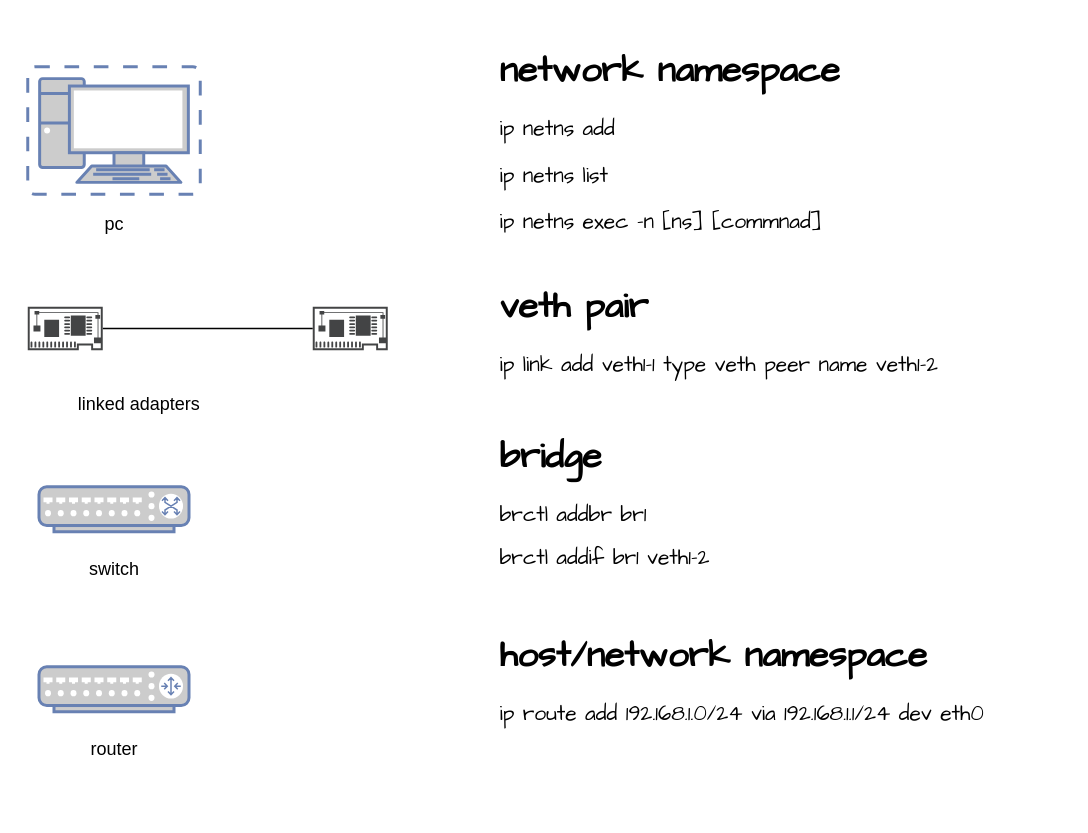
garryfan2013/network_trainning keeps this draw.io diagram as page "exp_intro" (8 of 15) of network_trainning.drawio. Above is the earlier version. Source tidied: cells renumbered, new cells numbered last; positions are measured from the earlier drawing's top-left corner, leaving out a move shared by most shapes. Both pictures are drawn from the tidied source at 150%, with x=0, y=0 at pixel (27, 39).
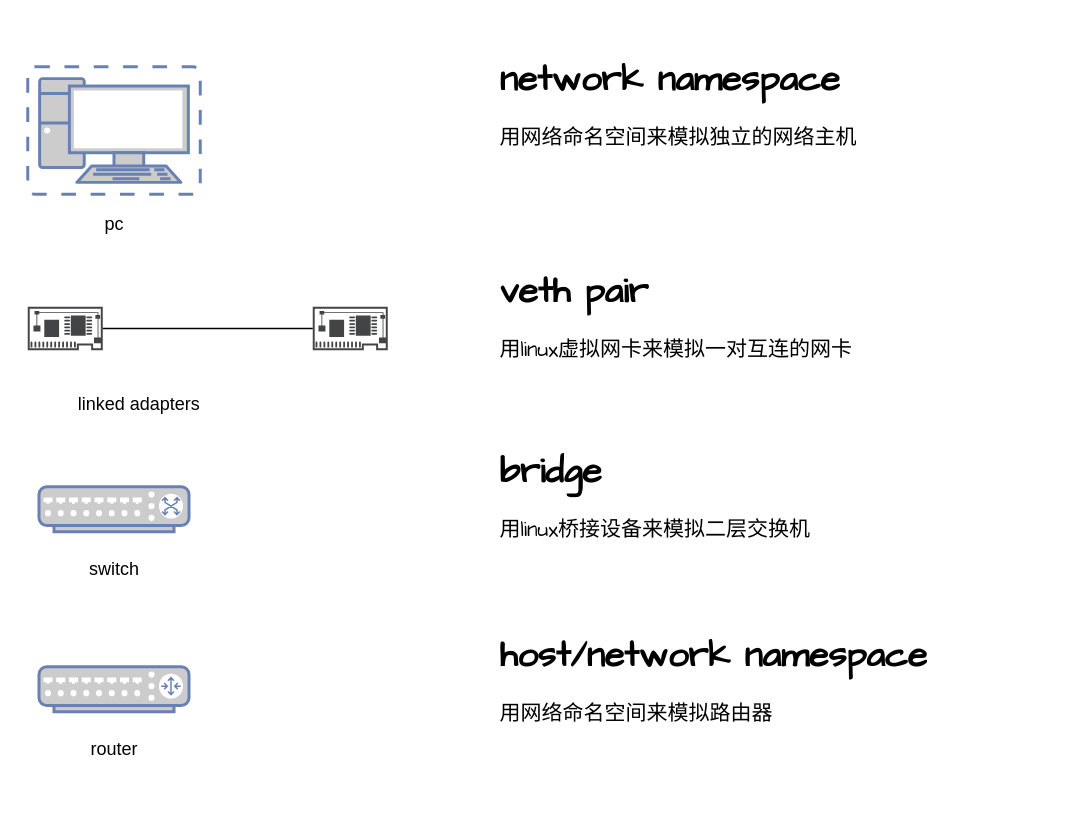
Above is the later version.

What changed in the source:
```diff
@@
 <mxGraphModel>
   <root>
     <mxCell id="0" />
     <mxCell id="1" parent="0" />
     <mxCell id="2" style="edgeStyle=orthogonalEdgeStyle;curved=1;rounded=0;jettySize=auto;html=1;endArrow=none;endFill=0;elbow=vertical;" parent="1" edge="1" source="3" target="4">
       <mxGeometry relative="1" as="geometry" />
     </mxCell>
     <mxCell id="3" style="sketch=0;shadow=0;dashed=0;html=1;strokeColor=none;fillColor=#434445;labelPosition=center;verticalLabelPosition=bottom;verticalAlign=top;align=center;outlineConnect=0;shape=mxgraph.vvd.physical_network_adapter;" parent="1" vertex="1">
       <mxGeometry y="178" width="50" height="29" as="geometry" />
     </mxCell>
     <mxCell id="4" style="sketch=0;shadow=0;dashed=0;html=1;strokeColor=none;fillColor=#434445;labelPosition=center;verticalLabelPosition=bottom;verticalAlign=top;align=center;outlineConnect=0;shape=mxgraph.vvd.physical_network_adapter;" parent="1" vertex="1">
       <mxGeometry x="190" y="178" width="50" height="29" as="geometry" />
     </mxCell>
     <mxCell id="5" style="fontColor=#0066CC;verticalAlign=top;verticalLabelPosition=bottom;labelPosition=center;align=center;html=1;fillColor=#CCCCCC;strokeColor=#6881B3;gradientColor=none;gradientDirection=north;strokeWidth=2;shape=mxgraph.networks.router;" parent="1" vertex="1">
       <mxGeometry x="7.5" y="418" width="100" height="30" as="geometry" />
     </mxCell>
     <mxCell id="6" style="fontColor=#0066CC;verticalAlign=top;verticalLabelPosition=bottom;labelPosition=center;align=center;html=1;fillColor=#CCCCCC;strokeColor=#6881B3;gradientColor=none;gradientDirection=north;strokeWidth=2;shape=mxgraph.networks.switch;" parent="1" vertex="1">
       <mxGeometry x="7.5" y="298" width="100" height="30" as="geometry" />
     </mxCell>
     <mxCell id="7" style="fontColor=#0066CC;verticalAlign=top;verticalLabelPosition=bottom;labelPosition=center;align=center;html=1;fillColor=#CCCCCC;strokeColor=#6881B3;gradientColor=none;gradientDirection=north;strokeWidth=2;shape=mxgraph.networks.virtual_pc;" parent="1" vertex="1">
       <mxGeometry y="18" width="115" height="85" as="geometry" />
     </mxCell>
     <mxCell id="8" value="pc" style="text;html=1;strokeColor=none;fillColor=none;align=center;verticalAlign=middle;whiteSpace=wrap;rounded=0;dashed=1;" parent="1" vertex="1">
       <mxGeometry x="27.5" y="108" width="60" height="30" as="geometry" />
     </mxCell>
     <mxCell id="9" value="linked adapters" style="text;html=1;strokeColor=none;fillColor=none;align=center;verticalAlign=middle;whiteSpace=wrap;rounded=0;dashed=1;" parent="1" vertex="1">
       <mxGeometry x="27.5" y="228" width="92.5" height="30" as="geometry" />
     </mxCell>
     <mxCell id="10" value="switch" style="text;html=1;strokeColor=none;fillColor=none;align=center;verticalAlign=middle;whiteSpace=wrap;rounded=0;dashed=1;" parent="1" vertex="1">
       <mxGeometry x="27.5" y="338" width="60" height="30" as="geometry" />
     </mxCell>
     <mxCell id="11" value="router" style="text;html=1;strokeColor=none;fillColor=none;align=center;verticalAlign=middle;whiteSpace=wrap;rounded=0;dashed=1;" parent="1" vertex="1">
       <mxGeometry x="27.5" y="458" width="60" height="30" as="geometry" />
     </mxCell>
-    <mxCell id="12" value="&lt;h1&gt;network namespace&lt;/h1&gt;&lt;p style=&quot;font-size: 14px&quot;&gt;&lt;font style=&quot;font-size: 14px&quot;&gt;ip netns add&lt;/font&gt;&lt;/p&gt;&lt;p style=&quot;font-size: 14px&quot;&gt;&lt;font style=&quot;font-size: 14px&quot;&gt;ip netns list&lt;/font&gt;&lt;/p&gt;&lt;p style=&quot;font-size: 14px&quot;&gt;&lt;font style=&quot;font-size: 14px&quot;&gt;ip netns exec -n [ns] [commnad]&lt;/font&gt;&lt;/p&gt;" style="text;html=1;strokeColor=none;fillColor=none;spacing=5;spacingTop=-20;whiteSpace=wrap;overflow=hidden;rounded=0;fontFamily=Comic Sans MS;" parent="1" vertex="1">
-      <mxGeometry x="310" y="0.5" width="370" height="127.5" as="geometry" />
+    <mxCell id="12" value="&lt;h1&gt;network namespace&lt;/h1&gt;&lt;p style=&quot;font-size: 14px&quot;&gt;用网络命名空间来模拟独立的网络主机&lt;br&gt;&lt;/p&gt;" style="text;html=1;strokeColor=none;fillColor=none;spacing=5;spacingTop=-20;whiteSpace=wrap;overflow=hidden;rounded=0;fontFamily=Comic Sans MS;" parent="1" vertex="1">
+      <mxGeometry x="310" y="6.8" width="370" height="107.5" as="geometry" />
     </mxCell>
-    <mxCell id="13" value="&lt;h1&gt;veth pair&lt;/h1&gt;&lt;p&gt;&lt;font style=&quot;font-size: 14px&quot;&gt;ip link add veth1-1 type veth peer name veth1-2&lt;/font&gt;&lt;/p&gt;" style="text;html=1;strokeColor=none;fillColor=none;spacing=5;spacingTop=-20;whiteSpace=wrap;overflow=hidden;rounded=0;fontFamily=Comic Sans MS;" parent="1" vertex="1">
-      <mxGeometry x="310" y="158" width="370" height="120" as="geometry" />
+    <mxCell id="13" value="&lt;h1&gt;veth pair&lt;/h1&gt;&lt;p&gt;&lt;font style=&quot;font-size: 14px&quot;&gt;用linux虚拟网卡来模拟一对互连的网卡&lt;/font&gt;&lt;br&gt;&lt;/p&gt;" style="text;html=1;strokeColor=none;fillColor=none;spacing=5;spacingTop=-20;whiteSpace=wrap;overflow=hidden;rounded=0;fontFamily=Comic Sans MS;" parent="1" vertex="1">
+      <mxGeometry x="310" y="147.5" width="370" height="90" as="geometry" />
     </mxCell>
-    <mxCell id="14" value="&lt;h1&gt;bridge&lt;/h1&gt;&lt;p&gt;&lt;span style=&quot;font-size: 14px&quot;&gt;brctl&amp;nbsp;addbr br1&lt;/span&gt;&lt;/p&gt;&lt;p&gt;&lt;span style=&quot;font-size: 14px&quot;&gt;brctl addif br1 veth1-2&lt;/span&gt;&lt;/p&gt;" style="text;html=1;strokeColor=none;fillColor=none;spacing=5;spacingTop=-20;whiteSpace=wrap;overflow=hidden;rounded=0;fontFamily=Comic Sans MS;" parent="1" vertex="1">
-      <mxGeometry x="310" y="258" width="370" height="120" as="geometry" />
+    <mxCell id="14" value="&lt;h1&gt;bridge&lt;/h1&gt;&lt;p&gt;&lt;span style=&quot;font-size: 14px&quot;&gt;用linux桥接设备来模拟二层交换机&lt;br&gt;&lt;/span&gt;&lt;/p&gt;" style="text;html=1;strokeColor=none;fillColor=none;spacing=5;spacingTop=-20;whiteSpace=wrap;overflow=hidden;rounded=0;fontFamily=Comic Sans MS;" parent="1" vertex="1">
+      <mxGeometry x="310" y="268" width="370" height="90" as="geometry" />
     </mxCell>
-    <mxCell id="15" value="&lt;h1&gt;host/network namespace&lt;/h1&gt;&lt;p&gt;&lt;font style=&quot;font-size: 14px&quot;&gt;ip route add 192.168.1.0/24 via 192.168.1.1/24 dev eth0&lt;/font&gt;&lt;/p&gt;" style="text;html=1;strokeColor=none;fillColor=none;spacing=5;spacingTop=-20;whiteSpace=wrap;overflow=hidden;rounded=0;fontFamily=Comic Sans MS;" parent="1" vertex="1">
-      <mxGeometry x="310" y="391" width="380" height="120" as="geometry" />
+    <mxCell id="15" value="&lt;h1&gt;host/network namespace&lt;/h1&gt;&lt;p&gt;&lt;font style=&quot;font-size: 14px&quot;&gt;用网络命名空间来模拟路由器&lt;/font&gt;&lt;br&gt;&lt;/p&gt;" style="text;html=1;strokeColor=none;fillColor=none;spacing=5;spacingTop=-20;whiteSpace=wrap;overflow=hidden;rounded=0;fontFamily=Comic Sans MS;" parent="1" vertex="1">
+      <mxGeometry x="310" y="391" width="380" height="97" as="geometry" />
     </mxCell>
   </root>
 </mxGraphModel>
```
